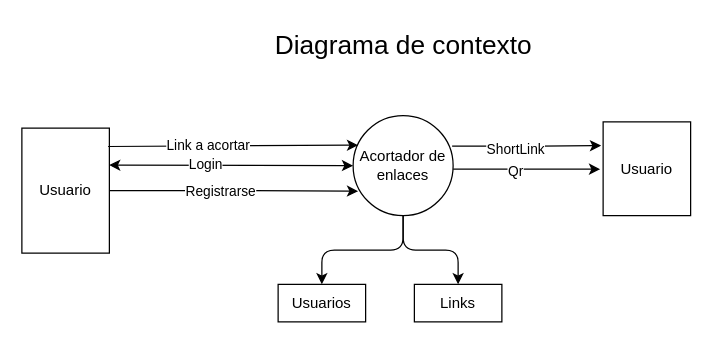
Above: page "Diagrama Contexto" (2 of 4) of Diagramas Acort.ar.drawio in Joelkukin/acortadorDeLinks-fullStackProject (draw.io), before the change. Source tidied: cells renumbered, new cells numbered last; positions are measured from the earlier drawing's top-left corner, leaving out a move shared by most shapes. Both pictures are drawn from the tidied source at 125%, with x=0, y=0 at pixel (21, 21).
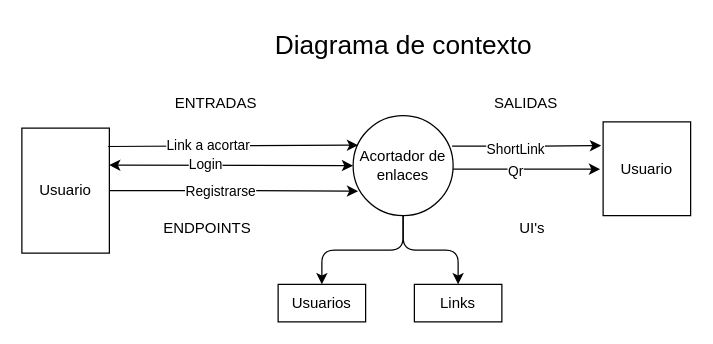
After the change.

What changed in the source:
```diff
@@
+    <mxCell id="20" value="ENTRADAS" style="text;html=1;align=center;verticalAlign=middle;strokeColor=none;fillColor=none;" parent="1" vertex="1">
+      <mxGeometry x="115" y="55" width="80" height="20" as="geometry" />
+    </mxCell>
+    <mxCell id="21" value="SALIDAS" style="text;html=1;align=center;verticalAlign=middle;strokeColor=none;fillColor=none;" parent="1" vertex="1">
+      <mxGeometry x="370" y="55" width="65" height="20" as="geometry" />
+    </mxCell>
+    <mxCell id="22" value="ENDPOINTS" style="text;html=1;align=center;verticalAlign=middle;strokeColor=none;fillColor=none;" parent="1" vertex="1">
+      <mxGeometry x="105" y="155" width="85" height="20" as="geometry" />
+    </mxCell>
+    <mxCell id="23" value="UI's" style="text;html=1;align=center;verticalAlign=middle;strokeColor=none;fillColor=none;" parent="1" vertex="1">
+      <mxGeometry x="390" y="155" width="35" height="20" as="geometry" />
+    </mxCell>
```
